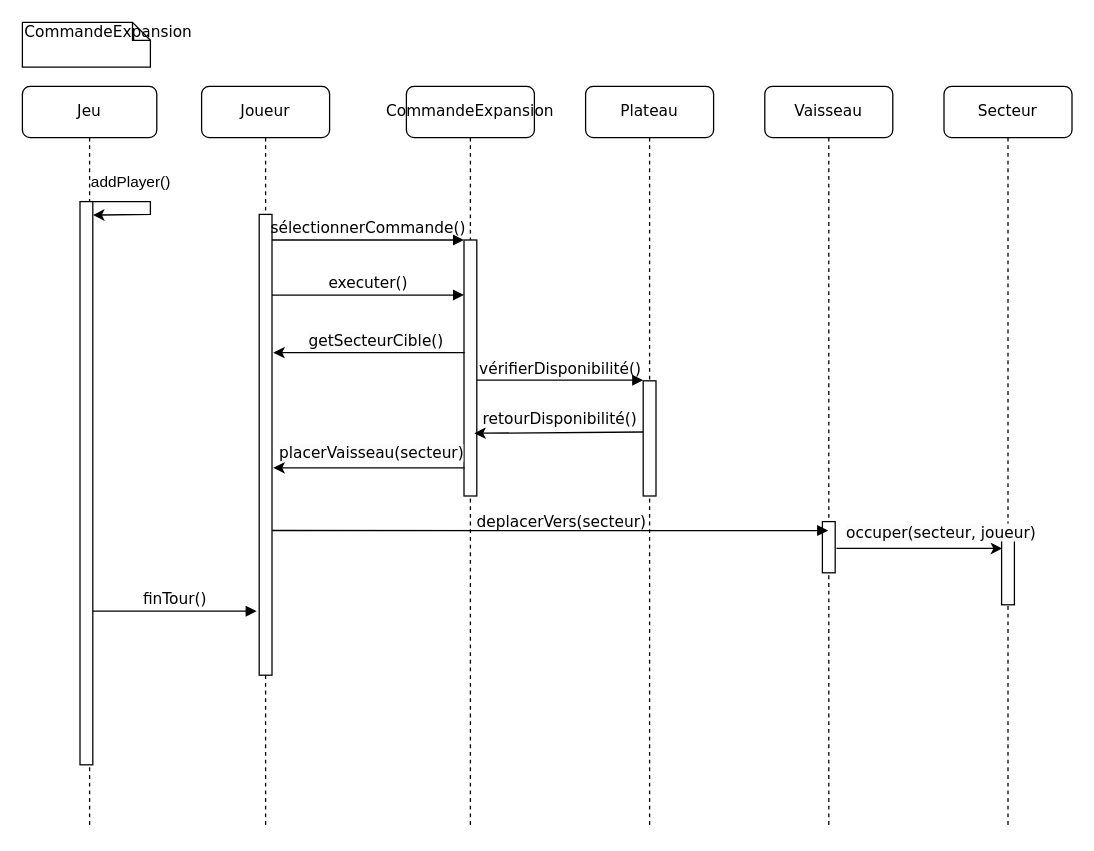
This is page "Expansion" (2 of 4) of diagrammedesequence.drawio from haikll/pocket_imperium_java, a draw.io file, before an edit. Source tidied: cells renumbered, new cells numbered last; positions are measured from the earlier drawing's top-left corner, leaving out a move shared by most shapes. Both pictures are drawn from the tidied source at 128%, with x=0, y=0 at pixel (22, 22).
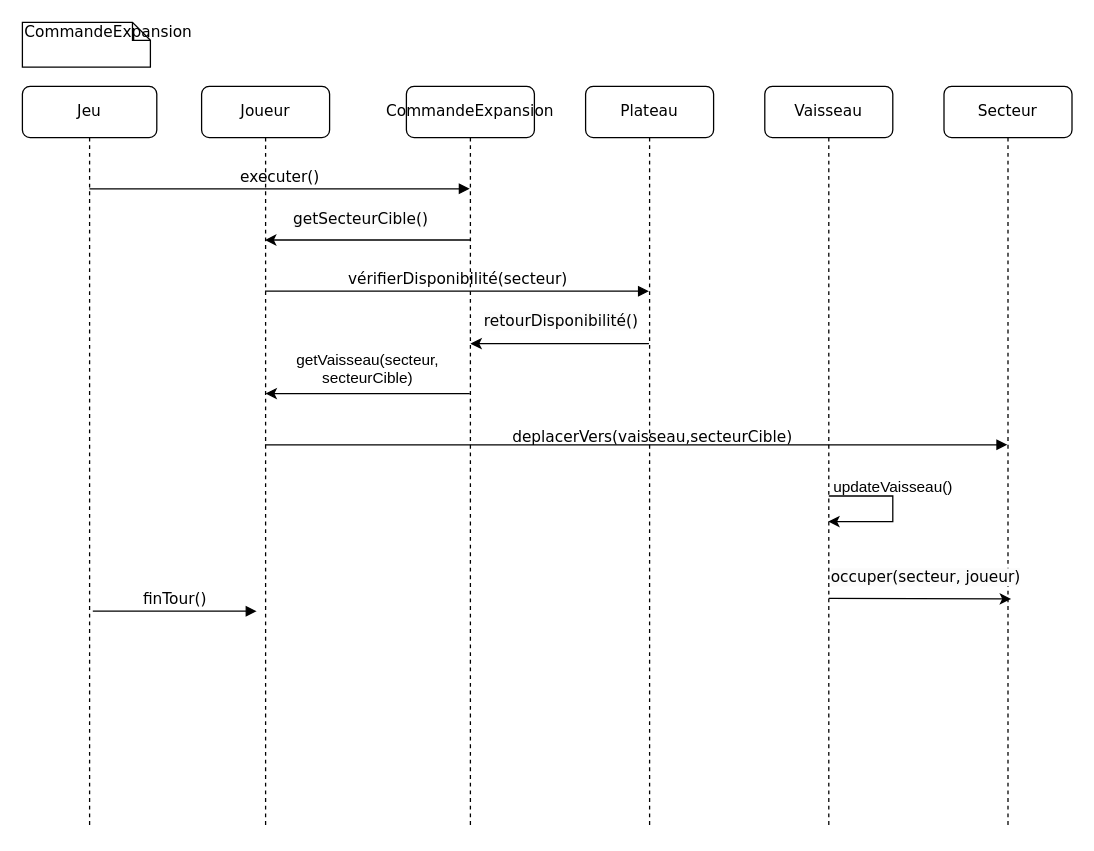
After the change.

Unchanged cells that the change refers to:
```xml
<mxCell id="2" value="Joueur" style="shape=umlLifeline;perimeter=lifelinePerimeter;whiteSpace=wrap;html=1;outlineConnect=0;rounded=1;shadow=0;comic=0;labelBackgroundColor=none;strokeWidth=1;fontFamily=Verdana;fontSize=12;align=center;" parent="1" vertex="1">
  <mxGeometry x="140" y="50" width="100" height="580" as="geometry" />
</mxCell>
<mxCell id="4" value="CommandeExpansion" style="shape=umlLifeline;perimeter=lifelinePerimeter;whiteSpace=wrap;html=1;rounded=1;shadow=0;comic=0;labelBackgroundColor=none;strokeWidth=1;fontFamily=Verdana;fontSize=12;align=center;" parent="1" vertex="1">
  <mxGeometry x="300" y="50" width="100" height="580" as="geometry" />
</mxCell>
<mxCell id="7" value="Plateau" style="shape=umlLifeline;perimeter=lifelinePerimeter;whiteSpace=wrap;html=1;outlineConnect=0;rounded=1;shadow=0;comic=0;labelBackgroundColor=none;strokeWidth=1;fontFamily=Verdana;fontSize=12;align=center;" parent="1" vertex="1">
  <mxGeometry x="440" y="50" width="100" height="580" as="geometry" />
</mxCell>
<mxCell id="9" value="Vaisseau" style="shape=umlLifeline;perimeter=lifelinePerimeter;whiteSpace=wrap;html=1;outlineConnect=0;rounded=1;shadow=0;comic=0;labelBackgroundColor=none;strokeWidth=1;fontFamily=Verdana;fontSize=12;align=center;" parent="1" vertex="1">
  <mxGeometry x="580" y="50" width="100" height="580" as="geometry" />
</mxCell>
<mxCell id="10" value="Secteur" style="shape=umlLifeline;perimeter=lifelinePerimeter;whiteSpace=wrap;html=1;rounded=1;shadow=0;comic=0;labelBackgroundColor=none;strokeWidth=1;fontFamily=Verdana;fontSize=12;align=center;" parent="1" vertex="1">
  <mxGeometry x="720" y="50" width="100" height="580" as="geometry" />
</mxCell>
<mxCell id="12" value="Jeu" style="shape=umlLifeline;perimeter=lifelinePerimeter;whiteSpace=wrap;html=1;rounded=1;shadow=0;comic=0;labelBackgroundColor=none;strokeWidth=1;fontFamily=Verdana;fontSize=12;align=center;" parent="1" vertex="1">
  <mxGeometry y="50" width="105" height="580" as="geometry" />
</mxCell>
```

Change to the diagram source:
```diff
@@
-    <mxCell id="3" style="html=1;points=[];perimeter=orthogonalPerimeter;rounded=0;shadow=0;comic=0;labelBackgroundColor=none;strokeWidth=1;fontFamily=Verdana;fontSize=12;align=center;" parent="2" vertex="1">
-      <mxGeometry x="45" y="100" width="10" height="360" as="geometry" />
-    </mxCell>
+    <mxCell id="21" value="executer()" style="html=1;verticalAlign=bottom;endArrow=block;labelBackgroundColor=none;fontFamily=Verdana;fontSize=12;edgeStyle=elbowEdgeStyle;elbow=vertical;" parent="2" edge="1">
+      <mxGeometry relative="1" as="geometry">
+        <mxPoint x="-87.6" y="80" as="sourcePoint" />
+        <mxPoint x="209.5" y="80" as="targetPoint" />
+      </mxGeometry>
+    </mxCell>
@@
-    <mxCell id="5" style="html=1;points=[];perimeter=orthogonalPerimeter;rounded=0;shadow=0;comic=0;labelBackgroundColor=none;strokeWidth=1;fontFamily=Verdana;fontSize=12;align=center;" parent="4" vertex="1">
-      <mxGeometry x="45" y="120" width="10" height="200" as="geometry" />
-    </mxCell>
-    <mxCell id="6" style="endArrow=classic;html=1;rounded=0;entryX=0.8;entryY=0.755;entryDx=0;entryDy=0;entryPerimeter=0;" parent="4" edge="1" target="5">
-      <mxGeometry relative="1" as="geometry">
-        <mxPoint x="185" y="270" as="sourcePoint" />
-      </mxGeometry>
-    </mxCell>
+    <mxCell id="22" style="endArrow=classic;html=1;rounded=0;" parent="4" edge="1" target="2">
+      <mxGeometry relative="1" as="geometry">
+        <mxPoint x="50" y="120" as="sourcePoint" />
+      </mxGeometry>
+    </mxCell>
+    <mxCell id="30" style="endArrow=classic;html=1;rounded=0;" parent="4" edge="1">
+      <mxGeometry relative="1" as="geometry">
+        <mxPoint x="49.5" y="240" as="sourcePoint" />
+        <mxPoint x="-110.1" y="240" as="targetPoint" />
+      </mxGeometry>
+    </mxCell>
+    <mxCell id="29" value="deplacerVers(vaisseau,secteurCible)" style="html=1;verticalAlign=bottom;endArrow=block;labelBackgroundColor=none;fontFamily=Verdana;fontSize=12;edgeStyle=elbowEdgeStyle;elbow=vertical;" parent="4" edge="1" source="2">
+      <mxGeometry x="0.04" y="-3" relative="1" as="geometry">
+        <mxPoint x="469.5" y="280" as="targetPoint" />
+        <Array as="points">
+          <mxPoint x="430" y="280" />
+          <mxPoint x="420" y="260" />
+          <mxPoint x="270" y="230" />
+        </Array>
+      </mxGeometry>
+    </mxCell>
@@
-    <mxCell id="8" value="vérifierDisponibilité()" style="html=1;verticalAlign=bottom;endArrow=block;labelBackgroundColor=none;fontFamily=Verdana;fontSize=12;edgeStyle=elbowEdgeStyle;elbow=vertical;" parent="7" edge="1">
-      <mxGeometry relative="1" as="geometry">
-        <mxPoint x="-85" y="229.5" as="sourcePoint" />
-        <mxPoint x="45" y="229.5" as="targetPoint" />
-        <Array as="points">
-          <mxPoint x="-80" y="229.5" />
-        </Array>
-      </mxGeometry>
-    </mxCell>
+    <mxCell id="24" value="&lt;span style=&quot;color: rgb(0, 0, 0); font-family: Verdana; font-size: 12px; font-style: normal; font-variant-ligatures: normal; font-variant-caps: normal; font-weight: 400; letter-spacing: normal; orphans: 2; text-align: center; text-indent: 0px; text-transform: none; widows: 2; word-spacing: 0px; -webkit-text-stroke-width: 0px; white-space: nowrap; background-color: rgb(251, 251, 251); text-decoration-thickness: initial; text-decoration-style: initial; text-decoration-color: initial; display: inline !important; float: none;&quot;&gt;retourDisponibilité()&lt;/span&gt;" style="text;whiteSpace=wrap;html=1;" parent="7" vertex="1">
+      <mxGeometry x="-81" y="170" width="131" height="30" as="geometry" />
+    </mxCell>
@@
-    <mxCell id="11" style="html=1;perimeter=orthogonalPerimeter;rounded=0;shadow=0;comic=0;labelBackgroundColor=none;strokeWidth=1;fontFamily=Verdana;fontSize=12;align=center;" parent="10" vertex="1">
-      <mxGeometry x="45" y="345" width="10" height="60" as="geometry" />
-    </mxCell>
@@
-    <mxCell id="13" style="html=1;points=[];perimeter=orthogonalPerimeter;rounded=0;shadow=0;comic=0;labelBackgroundColor=none;strokeWidth=1;fontFamily=Verdana;fontSize=12;align=center;" parent="12" vertex="1">
-      <mxGeometry x="45" y="90" width="10" height="440" as="geometry" />
-    </mxCell>
-    <mxCell id="14" style="endArrow=classic;html=1;rounded=0;entryX=1.015;entryY=0.024;entryDx=0;entryDy=0;entryPerimeter=0;" parent="12" edge="1" target="13">
-      <mxGeometry relative="1" as="geometry">
-        <mxPoint x="55" y="90" as="sourcePoint" />
-        <Array as="points">
-          <mxPoint x="100" y="90" />
-          <mxPoint x="100" y="100" />
-        </Array>
-      </mxGeometry>
-    </mxCell>
-    <mxCell id="15" value="addPlayer()" style="text;html=1;align=center;verticalAlign=middle;whiteSpace=wrap;rounded=0;" parent="12" vertex="1">
-      <mxGeometry x="55" y="60" width="60" height="30" as="geometry" />
-    </mxCell>
-    <mxCell id="16" style="html=1;perimeter=orthogonalPerimeter;rounded=0;shadow=0;comic=0;labelBackgroundColor=none;strokeWidth=1;fontFamily=Verdana;fontSize=12;align=center;" parent="1" vertex="1">
-      <mxGeometry x="485" y="280" width="10" height="90" as="geometry" />
-    </mxCell>
-    <mxCell id="17" style="html=1;perimeter=orthogonalPerimeter;rounded=0;shadow=0;comic=0;labelBackgroundColor=none;strokeWidth=1;fontFamily=Verdana;fontSize=12;align=center;" parent="1" vertex="1">
-      <mxGeometry x="625" y="390" width="10" height="40" as="geometry" />
-    </mxCell>
-    <mxCell id="18" value="finTour()" style="html=1;verticalAlign=bottom;endArrow=block;labelBackgroundColor=none;fontFamily=Verdana;fontSize=12;entryX=-0.2;entryY=0.861;entryDx=0;entryDy=0;entryPerimeter=0;" parent="1" edge="1" target="3">
+    <mxCell id="18" value="finTour()" style="html=1;verticalAlign=bottom;endArrow=block;labelBackgroundColor=none;fontFamily=Verdana;fontSize=12;entryX=-0.2;entryY=0.861;entryDx=0;entryDy=0;entryPerimeter=0;" parent="1" edge="1">
       <mxGeometry relative="1" as="geometry">
         <mxPoint x="55" y="460" as="sourcePoint" />
+        <mxPoint x="183" y="460" as="targetPoint" />
       </mxGeometry>
     </mxCell>
-    <mxCell id="19" value="sélectionnerCommande()" style="html=1;verticalAlign=bottom;endArrow=block;entryX=0;entryY=0;labelBackgroundColor=none;fontFamily=Verdana;fontSize=12;edgeStyle=elbowEdgeStyle;elbow=vertical;" parent="1" edge="1" source="3" target="5">
-      <mxGeometry relative="1" as="geometry" />
-    </mxCell>
@@
-    <mxCell id="21" value="executer()" style="html=1;verticalAlign=bottom;endArrow=block;entryX=0;entryY=0;labelBackgroundColor=none;fontFamily=Verdana;fontSize=12;edgeStyle=elbowEdgeStyle;elbow=vertical;" parent="1" edge="1">
-      <mxGeometry relative="1" as="geometry">
-        <mxPoint x="195" y="213" as="sourcePoint" />
-        <mxPoint x="345" y="213" as="targetPoint" />
-      </mxGeometry>
-    </mxCell>
-    <mxCell id="22" style="endArrow=classic;html=1;rounded=0;" parent="1" edge="1">
-      <mxGeometry relative="1" as="geometry">
-        <mxPoint x="345.5" y="258" as="sourcePoint" />
-        <mxPoint x="196" y="258" as="targetPoint" />
-      </mxGeometry>
-    </mxCell>
+    <mxCell id="28" value="&lt;span style=&quot;color: rgb(0, 0, 0); font-family: Verdana; font-size: 12px; font-style: normal; font-variant-ligatures: normal; font-variant-caps: normal; font-weight: 400; letter-spacing: normal; orphans: 2; text-align: center; text-indent: 0px; text-transform: none; widows: 2; word-spacing: 0px; -webkit-text-stroke-width: 0px; white-space: nowrap; background-color: rgb(251, 251, 251); text-decoration-thickness: initial; text-decoration-style: initial; text-decoration-color: initial; display: inline !important; float: none;&quot;&gt;occuper(secteur, joueur)&lt;/span&gt;" style="text;whiteSpace=wrap;html=1;" parent="1" vertex="1">
+      <mxGeometry x="630" y="420" width="170" height="30" as="geometry" />
+    </mxCell>
     <mxCell id="23" value="&lt;span style=&quot;color: rgb(0, 0, 0); font-family: Verdana; font-size: 12px; font-style: normal; font-variant-ligatures: normal; font-variant-caps: normal; font-weight: 400; letter-spacing: normal; orphans: 2; text-align: center; text-indent: 0px; text-transform: none; widows: 2; word-spacing: 0px; -webkit-text-stroke-width: 0px; white-space: nowrap; background-color: rgb(251, 251, 251); text-decoration-thickness: initial; text-decoration-style: initial; text-decoration-color: initial; display: inline !important; float: none;&quot;&gt;getSecteurCible()&lt;/span&gt;" style="text;whiteSpace=wrap;html=1;" parent="1" vertex="1">
-      <mxGeometry x="222" y="235" width="100" height="40" as="geometry" />
+      <mxGeometry x="210" y="140" width="100" height="30" as="geometry" />
     </mxCell>
-    <mxCell id="24" value="&lt;span style=&quot;color: rgb(0, 0, 0); font-family: Verdana; font-size: 12px; font-style: normal; font-variant-ligatures: normal; font-variant-caps: normal; font-weight: 400; letter-spacing: normal; orphans: 2; text-align: center; text-indent: 0px; text-transform: none; widows: 2; word-spacing: 0px; -webkit-text-stroke-width: 0px; white-space: nowrap; background-color: rgb(251, 251, 251); text-decoration-thickness: initial; text-decoration-style: initial; text-decoration-color: initial; display: inline !important; float: none;&quot;&gt;retourDisponibilité()&lt;/span&gt;" style="text;whiteSpace=wrap;html=1;" parent="1" vertex="1">
-      <mxGeometry x="358" y="296" width="160" height="40" as="geometry" />
-    </mxCell>
-    <mxCell id="25" style="endArrow=classic;html=1;rounded=0;" parent="1" edge="1">
-      <mxGeometry relative="1" as="geometry">
-        <mxPoint x="345.5" y="348" as="sourcePoint" />
-        <mxPoint x="196" y="348" as="targetPoint" />
-      </mxGeometry>
-    </mxCell>
-    <mxCell id="26" value="&lt;span style=&quot;color: rgb(0, 0, 0); font-family: Verdana; font-size: 12px; font-style: normal; font-variant-ligatures: normal; font-variant-caps: normal; font-weight: 400; letter-spacing: normal; orphans: 2; text-align: center; text-indent: 0px; text-transform: none; widows: 2; word-spacing: 0px; -webkit-text-stroke-width: 0px; white-space: nowrap; background-color: rgb(251, 251, 251); text-decoration-thickness: initial; text-decoration-style: initial; text-decoration-color: initial; display: inline !important; float: none;&quot;&gt;placerVaisseau(secteur)&lt;/span&gt;" style="text;whiteSpace=wrap;html=1;" parent="1" vertex="1">
-      <mxGeometry x="199" y="323" width="160" height="40" as="geometry" />
-    </mxCell>
+    <mxCell id="8" value="vérifierDisponibilité(secteur)" style="html=1;verticalAlign=bottom;endArrow=block;labelBackgroundColor=none;fontFamily=Verdana;fontSize=12;edgeStyle=elbowEdgeStyle;elbow=vertical;" parent="1" edge="1" source="2" target="7">
+      <mxGeometry relative="1" as="geometry">
+        <Array as="points">
+          <mxPoint x="355" y="210" />
+        </Array>
+      </mxGeometry>
+    </mxCell>
+    <mxCell id="6" style="endArrow=classic;html=1;rounded=0;entryX=0.8;entryY=0.755;entryDx=0;entryDy=0;entryPerimeter=0;" parent="1" edge="1" source="7">
+      <mxGeometry relative="1" as="geometry">
+        <mxPoint x="350" y="251" as="targetPoint" />
+      </mxGeometry>
+    </mxCell>
+    <mxCell id="31" value="&lt;div align=&quot;center&quot;&gt;getVaisseau(secteur, secteurCible)&lt;/div&gt;" style="text;whiteSpace=wrap;html=1;align=center;" parent="1" vertex="1">
+      <mxGeometry x="220" y="250" width="100" height="40" as="geometry" />
+    </mxCell>
-    <mxCell id="27" style="endArrow=classic;html=1;rounded=0;" parent="1" edge="1">
+    <mxCell id="27" style="endArrow=classic;html=1;rounded=0;" parent="1" edge="1" target="9">
       <mxGeometry relative="1" as="geometry">
-        <mxPoint x="636" y="411" as="sourcePoint" />
-        <mxPoint x="765.5" y="411" as="targetPoint" />
+        <mxPoint x="630" y="370" as="sourcePoint" />
+        <Array as="points">
+          <mxPoint x="680" y="370" />
+          <mxPoint x="680" y="390" />
+        </Array>
       </mxGeometry>
     </mxCell>
-    <mxCell id="28" value="&lt;span style=&quot;color: rgb(0, 0, 0); font-family: Verdana; font-size: 12px; font-style: normal; font-variant-ligatures: normal; font-variant-caps: normal; font-weight: 400; letter-spacing: normal; orphans: 2; text-align: center; text-indent: 0px; text-transform: none; widows: 2; word-spacing: 0px; -webkit-text-stroke-width: 0px; white-space: nowrap; background-color: rgb(251, 251, 251); text-decoration-thickness: initial; text-decoration-style: initial; text-decoration-color: initial; display: inline !important; float: none;&quot;&gt;occuper(secteur, joueur)&lt;/span&gt;" style="text;whiteSpace=wrap;html=1;" parent="1" vertex="1">
-      <mxGeometry x="642" y="385" width="170" height="40" as="geometry" />
-    </mxCell>
-    <mxCell id="29" value="deplacerVers(secteur)" style="html=1;verticalAlign=bottom;endArrow=block;labelBackgroundColor=none;fontFamily=Verdana;fontSize=12;edgeStyle=elbowEdgeStyle;elbow=vertical;exitX=1;exitY=0.686;exitDx=0;exitDy=0;exitPerimeter=0;" parent="1" edge="1" source="3" target="9">
-      <mxGeometry x="0.04" y="-3" relative="1" as="geometry" />
-    </mxCell>
+    <mxCell id="32" value="updateVaisseau()" style="text;html=1;align=center;verticalAlign=middle;strokeColor=none;fillColor=none;" parent="1" vertex="1">
+      <mxGeometry x="620" y="348" width="120" height="30" as="geometry" />
+    </mxCell>
+    <mxCell id="33" style="endArrow=classic;html=1;rounded=0;entryX=0.838;entryY=1.013;entryDx=0;entryDy=0;entryPerimeter=0;" parent="1" edge="1" target="28">
+      <mxGeometry relative="1" as="geometry">
+        <mxPoint x="630" y="450" as="sourcePoint" />
+      </mxGeometry>
+    </mxCell>
```
